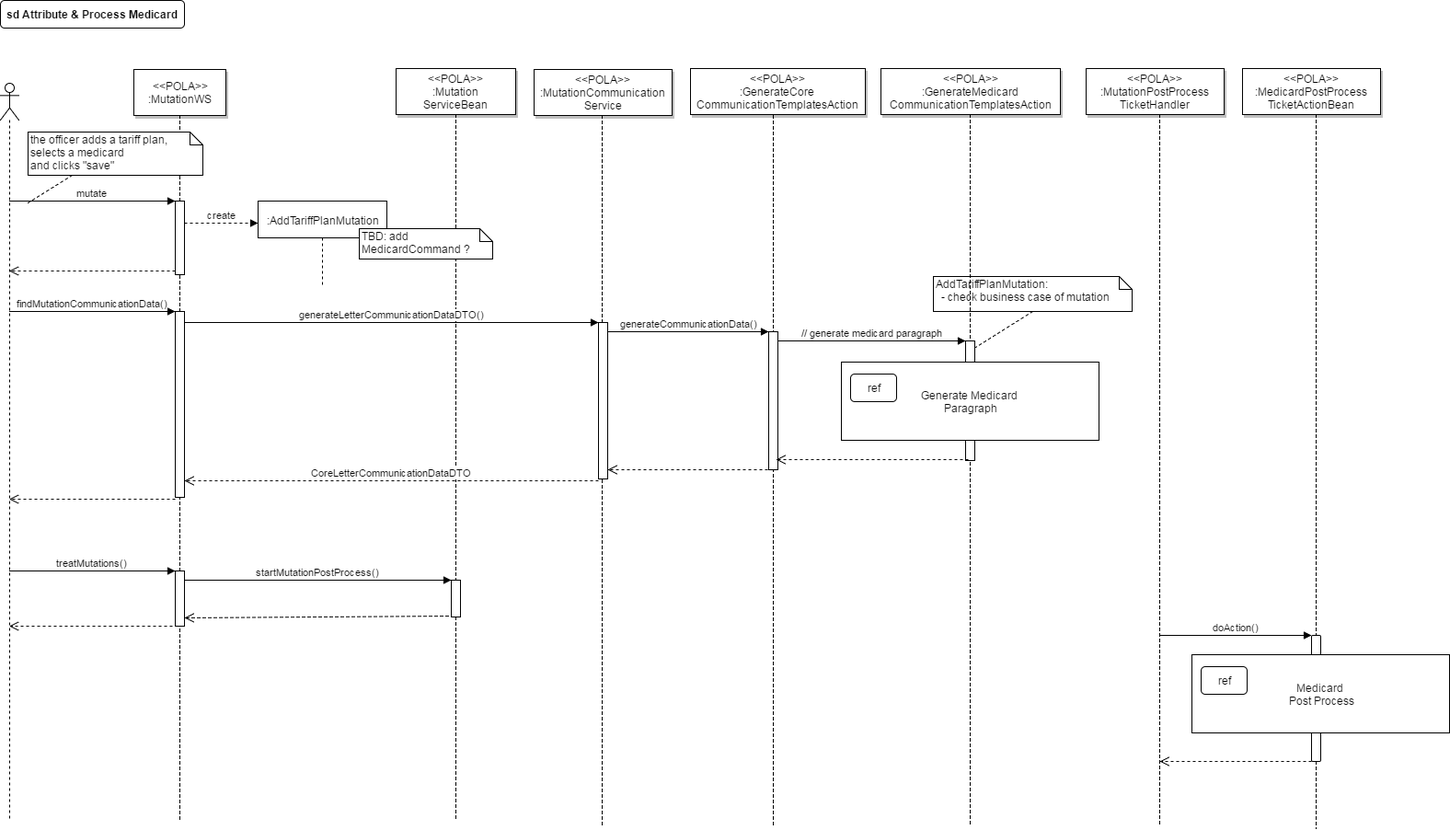
Earlier version of the draw.io export diagrams-export/main.png (wim-dkv/pola). Source tidied: cells renumbered, new cells last; positions are measured from the earlier drawing's top-left corner, leaving out a move shared by most shapes.
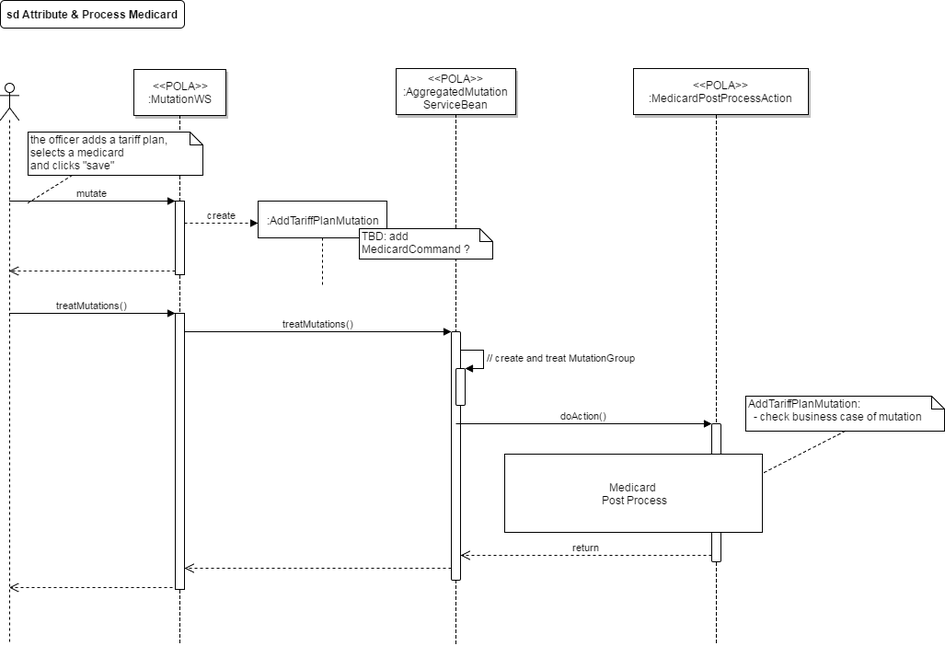
Above is the later version.

Change to the diagram source:
```diff
@@ -2,44 +2,40 @@
   <root>
     <mxCell id="0" style="html=1;" />
     <mxCell id="1" style="html=1;" parent="0" />
-    <mxCell id="2" style="edgeStyle=elbowEdgeStyle;elbow=horizontal;endArrow=none;dashed=1;html=1;exitX=0.5;exitY=1;" parent="1" edge="1">
-      <mxGeometry x="724" y="320" as="geometry">
-        <mxPoint x="654" y="125" as="sourcePoint" />
-        <mxPoint x="654" y="898" as="targetPoint" />
-      </mxGeometry>
-    </mxCell>
+    <mxCell id="56" style="edgeStyle=elbowEdgeStyle;elbow=horizontal;endArrow=none;dashed=1;html=1;exitX=0.5;exitY=1;" parent="1" edge="1" target="57">
+      <mxGeometry x="565" y="319" as="geometry">
+        <mxPoint x="495" y="124" as="sourcePoint" />
+      </mxGeometry>
+    </mxCell>
+    <mxCell id="57" style="html=1;points=[];perimeter=orthogonalPerimeter;rounded=1;" parent="1" vertex="1">
+      <mxGeometry x="490" y="360" width="10" height="270" as="geometry" />
+    </mxCell>
+    <mxCell id="58" style="edgeStyle=elbowEdgeStyle;elbow=horizontal;endArrow=none;dashed=1;html=1;exitX=0.5;exitY=1;" parent="1" edge="1" source="57">
+      <mxGeometry x="565" y="319" as="geometry">
+        <mxPoint x="495" y="700" as="targetPoint" />
+      </mxGeometry>
+    </mxCell>
     <mxCell id="3" value="sd Attribute &amp;amp; Process Medicard" style="rounded=1;fontStyle=1;fillColor=#FFFFFF;strokeColor=#000000;html=1;" parent="1" vertex="1">
       <mxGeometry width="200" height="30" as="geometry" />
     </mxCell>
     <mxCell id="4" style="shape=umlLifeline;participant=umlActor;perimeter=lifelinePerimeter;whiteSpace=wrap;html=1;verticalAlign=top;spacingTop=36;labelBackgroundColor=#ffffff;outlineConnect=0;rounded=0;" parent="1" vertex="1">
-      <mxGeometry y="90" width="20" height="800" as="geometry" />
+      <mxGeometry y="90" width="20" height="610" as="geometry" />
     </mxCell>
     <mxCell id="5" style="edgeStyle=elbowEdgeStyle;elbow=horizontal;endArrow=none;dashed=1;html=1;exitX=0.5;exitY=1;" parent="1" edge="1" source="9">
       <mxGeometry x="265" y="320" as="geometry">
-        <mxPoint x="195" y="890" as="targetPoint" />
+        <mxPoint x="195" y="700" as="targetPoint" />
       </mxGeometry>
     </mxCell>
-    <mxCell id="6" style="html=1;points=[];perimeter=orthogonalPerimeter;rounded=0;" parent="1" vertex="1">
-      <mxGeometry x="190" y="338" width="10" height="202" as="geometry" />
-    </mxCell>
-    <mxCell id="7" value="findMutationCommunicationData()" style="html=1;verticalAlign=bottom;endArrow=block;entryX=0;entryY=0;" parent="1" edge="1" target="6">
-      <mxGeometry relative="1" as="geometry">
-        <mxPoint x="9.5" y="338" as="sourcePoint" />
-      </mxGeometry>
-    </mxCell>
-    <mxCell id="8" style="html=1;verticalAlign=bottom;endArrow=open;dashed=1;endSize=8;exitX=0;exitY=1.01;exitPerimeter=0;" parent="1" edge="1" source="6" target="4">
-      <mxGeometry relative="1" as="geometry" />
-    </mxCell>
     <mxCell id="9" value="&amp;lt;&amp;lt;POLA&amp;gt;&amp;gt;&lt;br&gt;:&lt;span&gt;MutationWS&lt;/span&gt;" style="shadow=1;fillColor=#FFFFFF;strokeColor=#000000;html=1;" parent="1" vertex="1">
       <mxGeometry x="145" y="75" width="100" height="50" as="geometry" />
     </mxCell>
     <mxCell id="10" style="html=1;points=[];perimeter=orthogonalPerimeter;rounded=0;" parent="1" vertex="1">
-      <mxGeometry x="190" y="620" width="10" height="60" as="geometry" />
+      <mxGeometry x="190" y="340" width="10" height="300" as="geometry" />
     </mxCell>
     <mxCell id="11" value="treatMutations()" style="html=1;verticalAlign=bottom;endArrow=block;" parent="1" edge="1">
       <mxGeometry relative="1" as="geometry">
-        <mxPoint x="9.5" y="620" as="sourcePoint" />
-        <mxPoint x="190" y="620" as="targetPoint" />
+        <mxPoint x="9.5" y="340" as="sourcePoint" />
+        <mxPoint x="190" y="340" as="targetPoint" />
       </mxGeometry>
     </mxCell>
     <mxCell id="12" style="html=1;verticalAlign=bottom;endArrow=open;dashed=1;endSize=8;exitX=-0.3;exitY=0.993;exitPerimeter=0;" parent="1" edge="1" source="10" target="4">
@@ -58,9 +54,6 @@
         <mxPoint x="9.5" y="294" as="targetPoint" />
       </mxGeometry>
     </mxCell>
-    <mxCell id="16" value="&amp;lt;&amp;lt;POLA&amp;gt;&amp;gt;&lt;br&gt;&lt;span&gt;:Mutation&lt;br&gt;ServiceBean&lt;/span&gt;" style="shadow=1;fillColor=#FFFFFF;strokeColor=#000000;html=1;" parent="1" vertex="1">
-      <mxGeometry x="430" y="74" width="130" height="50" as="geometry" />
-    </mxCell>
     <mxCell id="17" value="&lt;span lang=&quot;EN-US&quot;&gt;the officer adds a tariff plan, selects a medicard&lt;br&gt;and clicks &quot;save&quot;&lt;/span&gt;" style="shape=note;whiteSpace=wrap;html=1;size=14;verticalAlign=top;align=left;spacingTop=-6;rounded=1;" parent="1" vertex="1">
       <mxGeometry x="30" y="143" width="190" height="47" as="geometry" />
     </mxCell>
@@ -78,135 +71,57 @@
         <mxPoint x="280" y="242" as="targetPoint" />
       </mxGeometry>
     </mxCell>
-    <mxCell id="21" style="edgeStyle=elbowEdgeStyle;elbow=horizontal;endArrow=none;dashed=1;html=1;exitX=0.5;exitY=1;" parent="1" edge="1" source="25">
-      <mxGeometry x="565" y="319" as="geometry">
-        <mxPoint x="495" y="890" as="targetPoint" />
-      </mxGeometry>
-    </mxCell>
-    <mxCell id="22" value="startMutationPostProcess()" style="html=1;verticalAlign=bottom;endArrow=block;entryX=0;entryY=0;" parent="1" edge="1" source="10" target="25">
-      <mxGeometry relative="1" as="geometry" />
-    </mxCell>
-    <mxCell id="23" style="html=1;verticalAlign=bottom;endArrow=open;dashed=1;endSize=8;exitX=0.3;exitY=0.976;exitPerimeter=0;entryX=1;entryY=0.85;entryPerimeter=0;" parent="1" edge="1" source="25" target="10">
-      <mxGeometry relative="1" as="geometry" />
-    </mxCell>
-    <mxCell id="24" value="&amp;lt;&amp;lt;POLA&amp;gt;&amp;gt;&lt;br&gt;:MutationCommunication&lt;br&gt;Service&lt;br&gt;" style="shadow=1;fillColor=#FFFFFF;strokeColor=#000000;html=1;" parent="1" vertex="1">
-      <mxGeometry x="580" y="75" width="150" height="50" as="geometry" />
-    </mxCell>
-    <mxCell id="25" style="html=1;points=[];perimeter=orthogonalPerimeter;rounded=0;" parent="1" vertex="1">
-      <mxGeometry x="490" y="630" width="10" height="40" as="geometry" />
-    </mxCell>
-    <mxCell id="26" style="edgeStyle=elbowEdgeStyle;elbow=horizontal;endArrow=none;dashed=1;html=1;exitX=0.5;exitY=1;" parent="1" edge="1" target="25">
-      <mxGeometry x="565" y="319" as="geometry">
-        <mxPoint x="495" y="124" as="sourcePoint" />
-      </mxGeometry>
-    </mxCell>
-    <mxCell id="27" value="generateLetterCommunicationDataDTO()" style="html=1;verticalAlign=bottom;endArrow=block;entryX=0;entryY=0;" parent="1" edge="1" source="6" target="29">
-      <mxGeometry relative="1" as="geometry" />
-    </mxCell>
-    <mxCell id="28" value="CoreLetterCommunicationDataDTO" style="html=1;verticalAlign=bottom;endArrow=open;dashed=1;endSize=8;exitX=0;exitY=1.012;exitPerimeter=0;" parent="1" edge="1" source="29" target="6">
-      <mxGeometry relative="1" as="geometry" />
-    </mxCell>
-    <mxCell id="29" style="html=1;points=[];perimeter=orthogonalPerimeter;" parent="1" vertex="1">
-      <mxGeometry x="650" y="350" width="10" height="170" as="geometry" />
-    </mxCell>
-    <mxCell id="30" value="&amp;lt;&amp;lt;POLA&amp;gt;&amp;gt;&lt;br&gt;:GenerateCore&lt;br&gt;CommunicationTemplatesAction&lt;br&gt;" style="shadow=1;fillColor=#FFFFFF;strokeColor=#000000;html=1;" parent="1" vertex="1">
-      <mxGeometry x="750" y="74" width="190" height="50" as="geometry" />
+    <mxCell id="30" value="&amp;lt;&amp;lt;POLA&amp;gt;&amp;gt;&lt;br&gt;:MedicardPostProcessAction&lt;br&gt;" style="shadow=1;fillColor=#FFFFFF;strokeColor=#000000;html=1;" parent="1" vertex="1">
+      <mxGeometry x="688" y="74" width="190" height="50" as="geometry" />
     </mxCell>
     <mxCell id="31" style="edgeStyle=elbowEdgeStyle;elbow=horizontal;endArrow=none;dashed=1;html=1;exitX=0.5;exitY=1;" parent="1" edge="1">
-      <mxGeometry x="910" y="320" as="geometry">
-        <mxPoint x="840" y="125" as="sourcePoint" />
-        <mxPoint x="840" y="898" as="targetPoint" />
+      <mxGeometry x="848" y="320" as="geometry">
+        <mxPoint x="778" y="125" as="sourcePoint" />
+        <mxPoint x="778" y="700" as="targetPoint" />
       </mxGeometry>
     </mxCell>
-    <mxCell id="32" style="html=1;points=[];perimeter=orthogonalPerimeter;" parent="1" vertex="1">
-      <mxGeometry x="835" y="360" width="10" height="150" as="geometry" />
-    </mxCell>
-    <mxCell id="33" value="generateCommunicationData()" style="html=1;verticalAlign=bottom;endArrow=block;entryX=0;entryY=0;" parent="1" edge="1" source="29" target="32">
-      <mxGeometry relative="1" as="geometry" />
-    </mxCell>
-    <mxCell id="34" style="html=1;verticalAlign=bottom;endArrow=open;dashed=1;endSize=8;" parent="1" edge="1" target="29">
-      <mxGeometry relative="1" as="geometry">
-        <mxPoint x="840" y="510" as="sourcePoint" />
-      </mxGeometry>
-    </mxCell>
     <mxCell id="35" value="AddTariffPlanMutation:&lt;br&gt;&amp;nbsp; - check business case of mutation" style="shape=note;whiteSpace=wrap;html=1;size=14;verticalAlign=top;align=left;spacingTop=-6;" parent="1" vertex="1">
-      <mxGeometry x="1014" y="300" width="216" height="38" as="geometry" />
+      <mxGeometry x="810" y="430" width="216" height="38" as="geometry" />
     </mxCell>
-    <mxCell id="36" value="&amp;lt;&amp;lt;POLA&amp;gt;&amp;gt;&lt;br&gt;:&lt;span&gt;GenerateMedicard&lt;br&gt;CommunicationTemplatesAction&lt;/span&gt;" style="shadow=1;fillColor=#FFFFFF;strokeColor=#000000;html=1;" parent="1" vertex="1">
-      <mxGeometry x="957" y="74" width="195" height="50" as="geometry" />
-    </mxCell>
-    <mxCell id="37" style="edgeStyle=elbowEdgeStyle;elbow=horizontal;endArrow=none;dashed=1;html=1;exitX=0.5;exitY=1;" parent="1" edge="1">
-      <mxGeometry x="1124" y="319" as="geometry">
-        <mxPoint x="1054" y="124" as="sourcePoint" />
-        <mxPoint x="1054" y="897" as="targetPoint" />
-      </mxGeometry>
-    </mxCell>
-    <mxCell id="38" style="html=1;points=[];perimeter=orthogonalPerimeter;" parent="1" vertex="1">
-      <mxGeometry x="1049" y="370" width="10" height="130" as="geometry" />
-    </mxCell>
-    <mxCell id="39" value="// generate medicard paragraph" style="html=1;verticalAlign=bottom;endArrow=block;entryX=0;entryY=0;" parent="1" edge="1" source="32" target="38">
-      <mxGeometry relative="1" as="geometry" />
-    </mxCell>
-    <mxCell id="40" style="html=1;verticalAlign=bottom;endArrow=open;dashed=1;endSize=8;exitX=0.3;exitY=0.991;entryX=0.8;entryY=0.925;entryPerimeter=0;exitPerimeter=0;" parent="1" edge="1" source="38" target="32">
-      <mxGeometry relative="1" as="geometry" />
-    </mxCell>
-    <mxCell id="41" style="group;" parent="1" vertex="1">
-      <mxGeometry x="914" y="393" width="280" height="85" as="geometry" />
-    </mxCell>
-    <mxCell id="42" value="Generate Medicard&amp;nbsp;&lt;div&gt;Paragraph&lt;/div&gt;" style="whiteSpace=wrap;html=1;" parent="41" vertex="1">
-      <mxGeometry width="280" height="85" as="geometry" />
-    </mxCell>
-    <mxCell id="43" value="ref" style="whiteSpace=wrap;html=1;rounded=1;" parent="41" vertex="1">
-      <mxGeometry x="10" y="13" width="50" height="30" as="geometry" />
-    </mxCell>
-    <mxCell id="44" style="rounded=0;html=1;endFill=0;dashed=1;endArrow=none;exitX=0.5;exitY=1;entryX=1.1;entryY=0.054;entryPerimeter=0;" parent="1" edge="1" source="35" target="38">
+    <mxCell id="44" style="rounded=0;html=1;endFill=0;dashed=1;endArrow=none;exitX=0.5;exitY=1;entryX=1;entryY=0.25;" parent="1" edge="1" source="35" target="53">
       <mxGeometry relative="1" as="geometry" />
     </mxCell>
-    <mxCell id="45" value="&amp;lt;&amp;lt;POLA&amp;gt;&amp;gt;&lt;br&gt;:MutationPostProcess&lt;br&gt;TicketHandler&lt;br&gt;" style="shadow=1;fillColor=#FFFFFF;strokeColor=#000000;html=1;" parent="1" vertex="1">
-      <mxGeometry x="1180" y="74" width="150" height="50" as="geometry" />
-    </mxCell>
-    <mxCell id="46" style="edgeStyle=elbowEdgeStyle;elbow=horizontal;endArrow=none;dashed=1;html=1;exitX=0.5;exitY=1;" parent="1" edge="1">
-      <mxGeometry x="1330" y="319" as="geometry">
-        <mxPoint x="1260" y="124" as="sourcePoint" />
-        <mxPoint x="1260" y="897" as="targetPoint" />
-      </mxGeometry>
-    </mxCell>
-    <mxCell id="47" value="&amp;lt;&amp;lt;POLA&amp;gt;&amp;gt;&lt;br&gt;:MedicardPostProcess&lt;br&gt;TicketActionBean" style="shadow=1;fillColor=#FFFFFF;strokeColor=#000000;html=1;" parent="1" vertex="1">
-      <mxGeometry x="1350" y="74" width="150" height="50" as="geometry" />
-    </mxCell>
-    <mxCell id="48" style="edgeStyle=elbowEdgeStyle;elbow=horizontal;endArrow=none;dashed=1;html=1;exitX=0.5;exitY=1;" parent="1" edge="1" source="50">
-      <mxGeometry x="1500" y="486" as="geometry">
-        <mxPoint x="1430" y="900" as="targetPoint" />
-      </mxGeometry>
-    </mxCell>
+    <mxCell id="55" value="TBD: add MedicardCommand ?" style="shape=note;whiteSpace=wrap;html=1;size=14;verticalAlign=top;align=left;spacingTop=-6;rounded=1;" parent="1" vertex="1">
+      <mxGeometry x="390" y="248" width="145" height="33" as="geometry" />
+    </mxCell>
+    <mxCell id="59" value="&amp;lt;&amp;lt;POLA&amp;gt;&amp;gt;&lt;br&gt;&lt;span&gt;:&lt;/span&gt;AggregatedMutation&lt;br&gt;ServiceBean" style="shadow=1;fillColor=#FFFFFF;strokeColor=#000000;html=1;" parent="1" vertex="1">
+      <mxGeometry x="430" y="74" width="130" height="50" as="geometry" />
+    </mxCell>
+    <mxCell id="60" style="html=1;points=[];perimeter=orthogonalPerimeter;rounded=1;" parent="1" vertex="1">
+      <mxGeometry x="495" y="400" width="10" height="40" as="geometry" />
+    </mxCell>
+    <mxCell id="61" value="// create and treat MutationGroup" style="edgeStyle=orthogonalEdgeStyle;html=1;align=left;spacingLeft=2;endArrow=block;rounded=0;entryX=1;entryY=0;" parent="1" edge="1" target="60">
+      <mxGeometry relative="1" as="geometry">
+        <mxPoint x="500" y="380" as="sourcePoint" />
+        <Array as="points">
+          <mxPoint x="525" y="380" />
+        </Array>
+      </mxGeometry>
+    </mxCell>
+    <mxCell id="62" value="treatMutations()" style="html=1;verticalAlign=bottom;endArrow=block;entryX=0;entryY=0;" parent="1" edge="1" source="10" target="57">
+      <mxGeometry relative="1" as="geometry" />
+    </mxCell>
+    <mxCell id="63" style="html=1;verticalAlign=bottom;endArrow=open;dashed=1;endSize=8;exitX=0;exitY=0.95;" parent="1" edge="1" source="57" target="10">
+      <mxGeometry relative="1" as="geometry" />
+    </mxCell>
-    <mxCell id="49" value="doAction()" style="html=1;verticalAlign=bottom;endArrow=block;entryX=0;entryY=0;" parent="1" edge="1">
+    <mxCell id="49" value="doAction()" style="html=1;verticalAlign=bottom;endArrow=block;entryX=0;entryY=0;" parent="1" edge="1" target="65">
       <mxGeometry relative="1" as="geometry">
-        <mxPoint x="1260" y="690" as="sourcePoint" />
-        <mxPoint x="1425" y="690" as="targetPoint" />
+        <mxPoint x="495" y="460" as="sourcePoint" />
       </mxGeometry>
     </mxCell>
-    <mxCell id="50" style="html=1;points=[];perimeter=orthogonalPerimeter;rounded=1;" parent="1" vertex="1">
-      <mxGeometry x="1425" y="690" width="10" height="137" as="geometry" />
-    </mxCell>
-    <mxCell id="51" style="edgeStyle=elbowEdgeStyle;elbow=horizontal;endArrow=none;dashed=1;html=1;exitX=0.5;exitY=1;" parent="1" edge="1" target="50">
-      <mxGeometry x="1500" y="319" as="geometry">
-        <mxPoint x="1430" y="124" as="sourcePoint" />
-      </mxGeometry>
-    </mxCell>
-    <mxCell id="52" style="html=1;verticalAlign=bottom;endArrow=open;dashed=1;endSize=8;" parent="1" edge="1">
-      <mxGeometry relative="1" as="geometry">
-        <mxPoint x="1425" y="827" as="sourcePoint" />
-        <mxPoint x="1260" y="827" as="targetPoint" />
-      </mxGeometry>
-    </mxCell>
+    <mxCell id="64" value="return" style="html=1;verticalAlign=bottom;endArrow=open;dashed=1;endSize=8;exitX=0;exitY=0.95;" parent="1" edge="1" source="65" target="57">
+      <mxGeometry relative="1" as="geometry" />
+    </mxCell>
+    <mxCell id="65" style="html=1;points=[];perimeter=orthogonalPerimeter;rounded=1;" parent="1" vertex="1">
+      <mxGeometry x="773" y="460" width="10" height="150" as="geometry" />
+    </mxCell>
     <mxCell id="53" value="Medicard&amp;nbsp;&lt;div&gt;Post Process&lt;/div&gt;" style="whiteSpace=wrap;html=1;" parent="1" vertex="1">
-      <mxGeometry x="1295" y="711" width="280" height="85" as="geometry" />
+      <mxGeometry x="548" y="493" width="280" height="85" as="geometry" />
     </mxCell>
-    <mxCell id="54" value="ref" style="whiteSpace=wrap;html=1;rounded=1;" parent="1" vertex="1">
-      <mxGeometry x="1305" y="724" width="50" height="30" as="geometry" />
-    </mxCell>
-    <mxCell id="55" value="TBD: add MedicardCommand ?" style="shape=note;whiteSpace=wrap;html=1;size=14;verticalAlign=top;align=left;spacingTop=-6;rounded=1;" parent="1" vertex="1">
-      <mxGeometry x="390" y="248" width="145" height="33" as="geometry" />
-    </mxCell>
   </root>
 </mxGraphModel>
```
